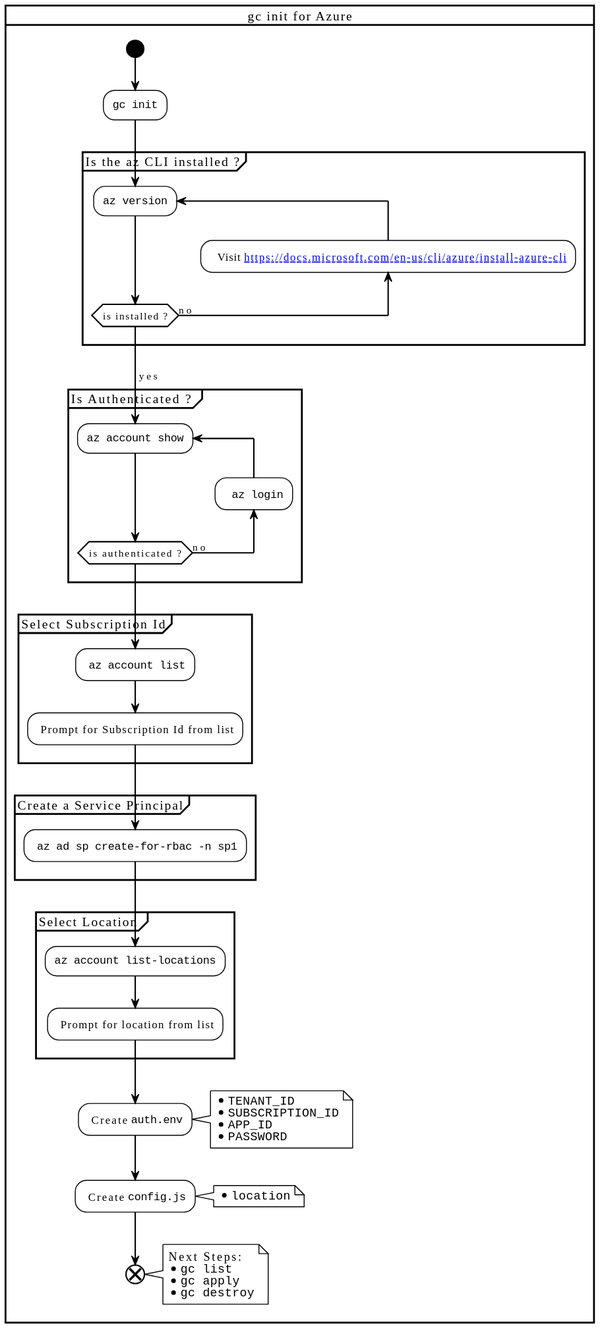
Above: docusaurus/plantuml/gc-init-azure.svg in grucloud/grucloud (PlantUML), before the change.
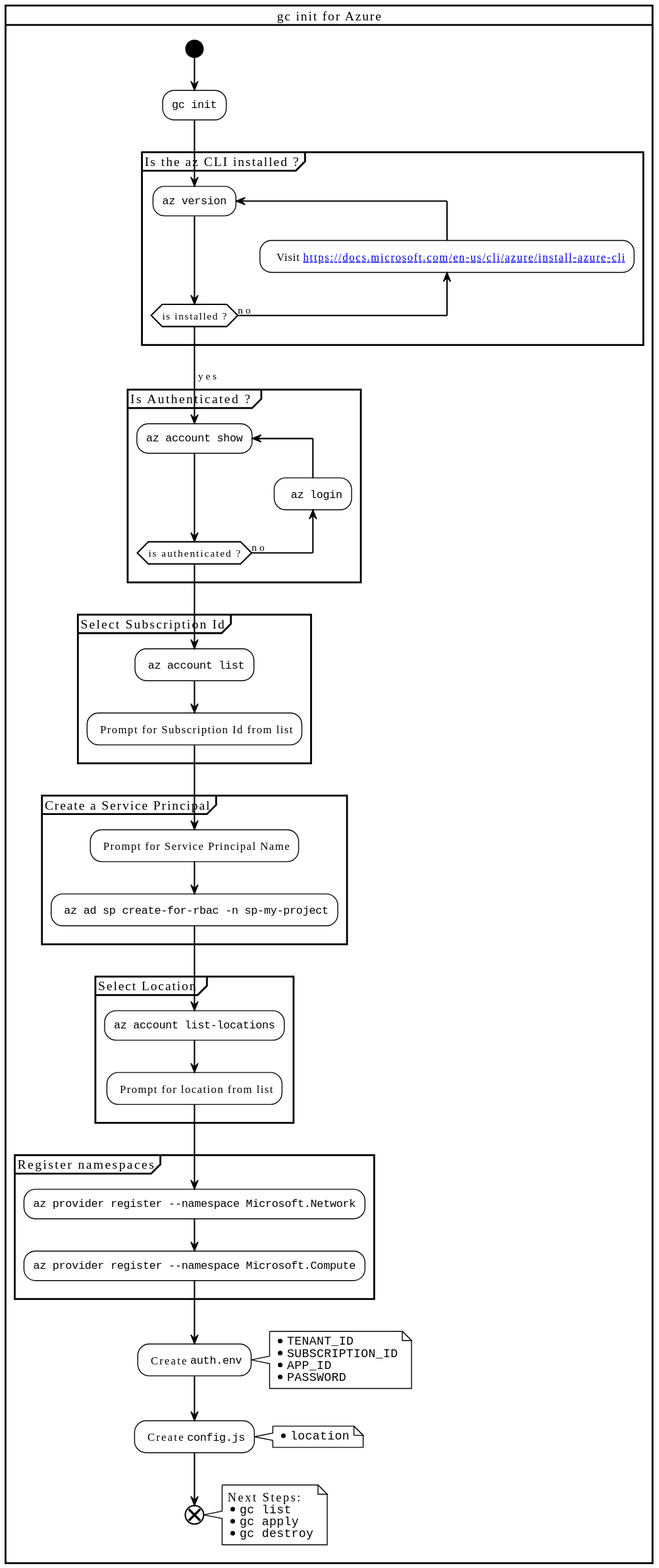
After the change.

Change to the diagram source:
```diff
@@ -30,12 +30,19 @@
 }
 
 partition "Create a Service Principal" {
-: ""az ad sp create-for-rbac -n sp1"";
+: Prompt for Service Principal Name;
+: ""az ad sp create-for-rbac -n sp-my-project"";
 }
 
 partition "Select Location " {
-  :""az account list-locations"";
+:""az account list-locations"";
 : Prompt for location from list;
+}
+
+partition "Register namespaces" {
+:""az provider register --namespace Microsoft.Network"";
+:""az provider register --namespace Microsoft.Compute"";
+
 }
 
 : Create ""auth.env"";
```
